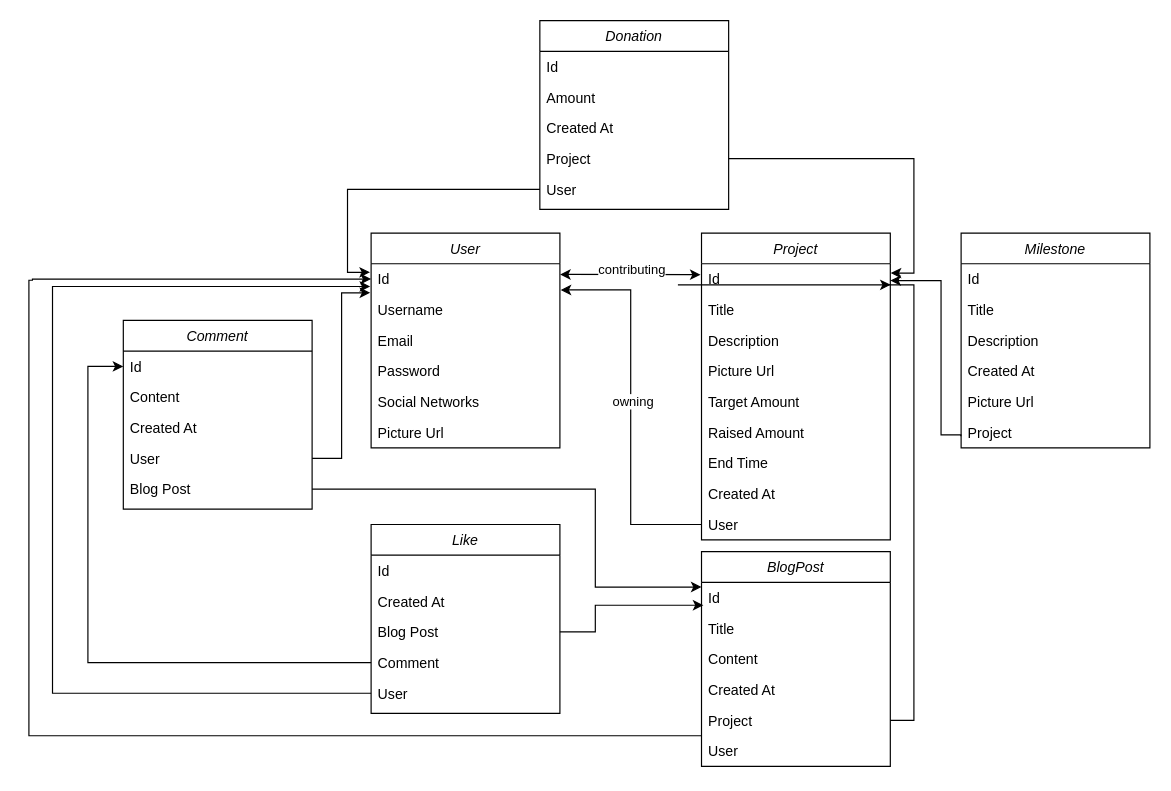
The draw.io diagram classdiagram.drawio in DmitryChukhnenko/CelestialForge, before the edit. Source tidied: cells renumbered, new cells numbered last; positions are measured from the earlier drawing's top-left corner, leaving out a move shared by most shapes. Both pictures are drawn from the tidied source at 118%, with x=0, y=0 at pixel (28, 20).
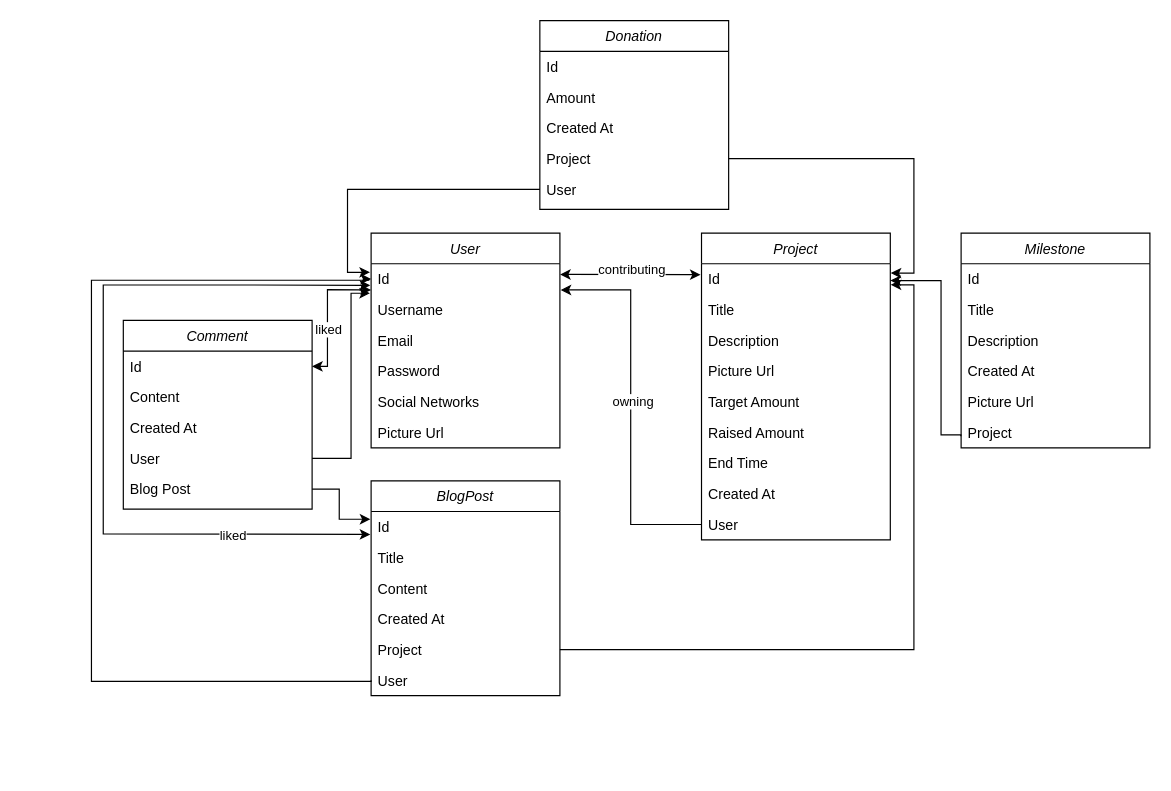
The same page after the edit.

The change refers to these unchanged cells:
```xml
<mxCell id="3" value="Id" style="text;align=left;verticalAlign=top;spacingLeft=4;spacingRight=4;overflow=hidden;points=[[0,0.5],[1,0.5]];portConstraint=eastwest;" parent="2" vertex="1">
  <mxGeometry y="26" width="160" height="26" as="geometry" />
</mxCell>
<mxCell id="32" value="Id" style="text;align=left;verticalAlign=top;spacingLeft=4;spacingRight=4;overflow=hidden;points=[[0,0.5],[1,0.5]];portConstraint=eastwest;" parent="31" vertex="1">
  <mxGeometry y="26" width="160" height="26" as="geometry" />
</mxCell>
<mxCell id="37" value="User" style="text;align=left;verticalAlign=top;spacingLeft=4;spacingRight=4;overflow=hidden;points=[[0,0.5],[1,0.5]];portConstraint=eastwest;rounded=0;shadow=0;html=0;" parent="31" vertex="1">
  <mxGeometry y="156" width="160" height="26" as="geometry" />
</mxCell>
<mxCell id="40" value="Id" style="text;align=left;verticalAlign=top;spacingLeft=4;spacingRight=4;overflow=hidden;points=[[0,0.5],[1,0.5]];portConstraint=eastwest;" parent="39" vertex="1">
  <mxGeometry y="26" width="160" height="26" as="geometry" />
</mxCell>
<mxCell id="43" value="User" style="text;align=left;verticalAlign=top;spacingLeft=4;spacingRight=4;overflow=hidden;points=[[0,0.5],[1,0.5]];portConstraint=eastwest;rounded=0;shadow=0;html=0;" parent="39" vertex="1">
  <mxGeometry y="104" width="160" height="26" as="geometry" />
</mxCell>
<mxCell id="44" value="Blog Post" style="text;align=left;verticalAlign=top;spacingLeft=4;spacingRight=4;overflow=hidden;points=[[0,0.5],[1,0.5]];portConstraint=eastwest;rounded=0;shadow=0;html=0;" parent="39" vertex="1">
  <mxGeometry y="130" width="160" height="26" as="geometry" />
</mxCell>
```

Diff of the diagram source:
```diff
@@
     <mxCell id="31" value="BlogPost" style="swimlane;fontStyle=2;align=center;verticalAlign=top;horizontal=1;startSize=26;rounded=0;shadow=0;strokeWidth=1;" parent="1" vertex="1">
-      <mxGeometry x="570" y="450" width="160" height="182" as="geometry" />
+      <mxGeometry x="290" y="390" width="160" height="182" as="geometry" />
     </mxCell>
@@
-    <mxCell id="45" style="edgeStyle=orthogonalEdgeStyle;rounded=0;jettySize=auto;html=1;exitX=1;exitY=0.5;exitDx=0;exitDy=0;" parent="1" edge="1" source="44" target="32">
+    <mxCell id="45" style="edgeStyle=orthogonalEdgeStyle;rounded=0;jettySize=auto;html=1;exitX=1;exitY=0.5;exitDx=0;exitDy=0;entryX=-0.004;entryY=0.251;entryDx=0;entryDy=0;entryPerimeter=0;" parent="1" edge="1" source="44" target="32">
       <mxGeometry relative="1" as="geometry">
         <Array as="points">
-          <mxPoint x="480" y="397" />
-          <mxPoint x="480" y="480" />
+          <mxPoint x="263" y="397" />
+          <mxPoint x="263" y="423" />
+          <mxPoint x="289" y="423" />
         </Array>
       </mxGeometry>
     </mxCell>
-    <mxCell id="46" value="Like" style="swimlane;fontStyle=2;align=center;verticalAlign=top;horizontal=1;startSize=26;rounded=0;shadow=0;strokeWidth=1;" parent="1" vertex="1">
-      <mxGeometry x="290" y="427" width="160" height="160" as="geometry" />
-    </mxCell>
-    <mxCell id="47" value="Id" style="text;align=left;verticalAlign=top;spacingLeft=4;spacingRight=4;overflow=hidden;" parent="46" vertex="1">
-      <mxGeometry y="26" width="160" height="26" as="geometry" />
-    </mxCell>
-    <mxCell id="48" value="Created At" style="text;align=left;verticalAlign=top;spacingLeft=4;spacingRight=4;overflow=hidden;rounded=0;shadow=0;html=0;" parent="46" vertex="1">
-      <mxGeometry y="52" width="160" height="26" as="geometry" />
-    </mxCell>
-    <mxCell id="49" value="Blog Post" style="text;align=left;verticalAlign=top;spacingLeft=4;spacingRight=4;overflow=hidden;points=[[0,0.5],[1,0.5]];portConstraint=eastwest;rounded=0;shadow=0;html=0;" parent="46" vertex="1">
-      <mxGeometry y="78" width="160" height="26" as="geometry" />
-    </mxCell>
-    <mxCell id="50" value="Comment" style="text;align=left;verticalAlign=top;spacingLeft=4;spacingRight=4;overflow=hidden;points=[[0,0.5],[1,0.5]];portConstraint=eastwest;rounded=0;shadow=0;html=0;" parent="46" vertex="1">
-      <mxGeometry y="104" width="160" height="26" as="geometry" />
-    </mxCell>
-    <mxCell id="51" value="User" style="text;align=left;verticalAlign=top;spacingLeft=4;spacingRight=4;overflow=hidden;points=[[0,0.5],[1,0.5]];portConstraint=eastwest;rounded=0;shadow=0;html=0;" parent="46" vertex="1">
-      <mxGeometry y="130" width="160" height="26" as="geometry" />
-    </mxCell>
-    <mxCell id="52" style="edgeStyle=orthogonalEdgeStyle;rounded=0;jettySize=auto;html=1;exitX=0;exitY=0.5;exitDx=0;exitDy=0;entryX=0;entryY=0.5;entryDx=0;entryDy=0;" parent="1" edge="1" source="50" target="40">
-      <mxGeometry relative="1" as="geometry">
-        <Array as="points">
-          <mxPoint x="50" y="544" />
-          <mxPoint x="50" y="293" />
-        </Array>
-      </mxGeometry>
-    </mxCell>
-    <mxCell id="53" style="edgeStyle=orthogonalEdgeStyle;rounded=0;jettySize=auto;html=1;exitX=1;exitY=0.5;exitDx=0;exitDy=0;entryX=0.01;entryY=0.746;entryDx=0;entryDy=0;entryPerimeter=0;" parent="1" edge="1" source="49" target="32">
-      <mxGeometry relative="1" as="geometry">
-        <Array as="points">
-          <mxPoint x="480" y="518" />
-          <mxPoint x="480" y="495" />
-          <mxPoint x="572" y="495" />
-        </Array>
-      </mxGeometry>
-    </mxCell>
-    <mxCell id="54" style="edgeStyle=orthogonalEdgeStyle;rounded=0;jettySize=auto;html=1;entryX=-0.005;entryY=0.948;entryDx=0;entryDy=0;entryPerimeter=0;" parent="1" edge="1" source="43" target="3">
-      <mxGeometry relative="1" as="geometry" />
+    <mxCell id="54" style="edgeStyle=orthogonalEdgeStyle;rounded=0;jettySize=auto;html=1;" parent="1" edge="1" source="43">
+      <mxGeometry relative="1" as="geometry">
+        <mxPoint x="289" y="231" as="targetPoint" />
+        <Array as="points">
+          <mxPoint x="273" y="371" />
+          <mxPoint x="273" y="231" />
+        </Array>
+      </mxGeometry>
     </mxCell>
-    <mxCell id="55" style="edgeStyle=orthogonalEdgeStyle;rounded=0;jettySize=auto;html=1;entryX=0;entryY=0.5;entryDx=0;entryDy=0;" parent="1" edge="1" source="37" target="3">
+    <mxCell id="55" style="edgeStyle=orthogonalEdgeStyle;rounded=0;jettySize=auto;html=1;exitX=0;exitY=0.5;exitDx=0;exitDy=0;entryX=0;entryY=0.5;entryDx=0;entryDy=0;" parent="1" edge="1" source="37" target="3">
       <mxGeometry relative="1" as="geometry">
         <Array as="points">
-          <mxPoint y="606" />
-          <mxPoint y="220" />
-          <mxPoint x="3" y="220" />
-          <mxPoint x="3" y="219" />
+          <mxPoint x="53" y="560" />
+          <mxPoint x="53" y="220" />
+          <mxPoint x="288" y="220" />
+          <mxPoint x="288" y="219" />
         </Array>
       </mxGeometry>
     </mxCell>
-    <mxCell id="56" style="edgeStyle=orthogonalEdgeStyle;rounded=0;jettySize=auto;html=1;entryX=-0.005;entryY=0.741;entryDx=0;entryDy=0;entryPerimeter=0;" parent="1" edge="1" source="51" target="3">
-      <mxGeometry relative="1" as="geometry">
-        <Array as="points">
-          <mxPoint x="20" y="570" />
-          <mxPoint x="20" y="225" />
-        </Array>
-      </mxGeometry>
-    </mxCell>
@@
+    <mxCell id="65" style="endArrow=classic;startArrow=classic;html=1;rounded=0;entryX=-0.004;entryY=0.745;entryDx=0;entryDy=0;entryPerimeter=0;exitX=-0.005;exitY=0.705;exitDx=0;exitDy=0;exitPerimeter=0;" parent="1" edge="1" source="3" target="32">
+      <mxGeometry relative="1" as="geometry">
+        <Array as="points">
+          <mxPoint x="173" y="224" />
+          <mxPoint x="63" y="224" />
+          <mxPoint x="63" y="435" />
+        </Array>
+      </mxGeometry>
+    </mxCell>
+    <mxCell id="66" value="liked" style="edgeLabel;html=1;align=center;verticalAlign=middle;" parent="65" vertex="1">
+      <mxGeometry x="0.57" y="-1" relative="1" as="geometry">
+        <mxPoint x="26" as="offset" />
+      </mxGeometry>
+    </mxCell>
+    <mxCell id="67" style="endArrow=classic;startArrow=classic;html=1;rounded=0;entryX=1;entryY=0.5;entryDx=0;entryDy=0;exitX=0;exitY=0.854;exitDx=0;exitDy=0;exitPerimeter=0;" parent="1" edge="1" source="3" target="40">
+      <mxGeometry relative="1" as="geometry">
+        <Array as="points">
+          <mxPoint x="253" y="228" />
+          <mxPoint x="253" y="293" />
+        </Array>
+      </mxGeometry>
+    </mxCell>
+    <mxCell id="68" value="liked" style="edgeLabel;html=1;align=center;verticalAlign=middle;" parent="67" vertex="1">
+      <mxGeometry x="0.24" relative="1" as="geometry" />
+    </mxCell>
```
